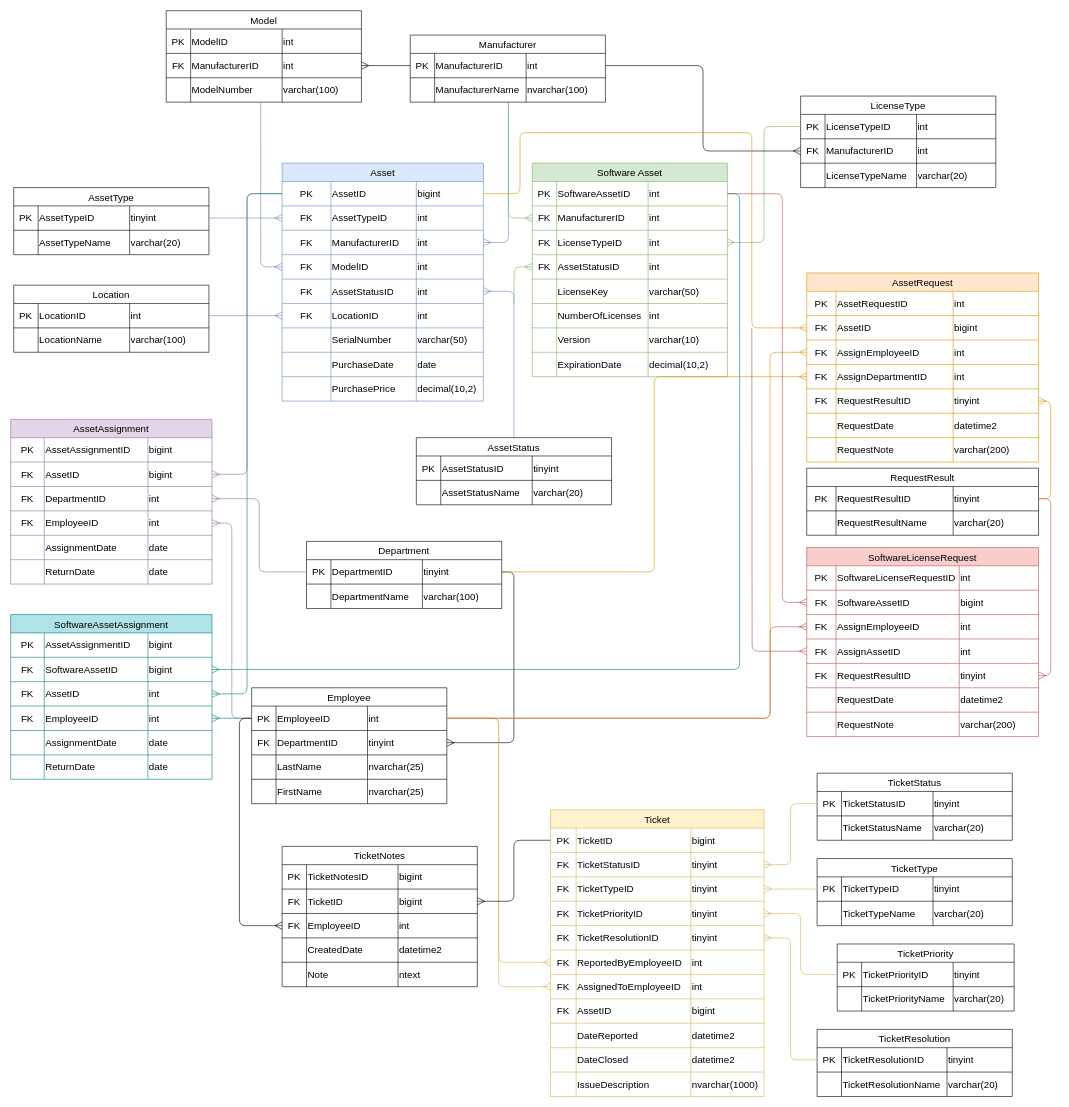
The draw.io diagram Wireframes/ERD.drawio in TRed91/ITAssetTracking, before the edit. Source tidied: cells renumbered, new cells numbered last; positions are measured from the earlier drawing's top-left corner, leaving out a move shared by most shapes. Both pictures are drawn from the tidied source at 61%, with x=0, y=0 at pixel (10, 10).
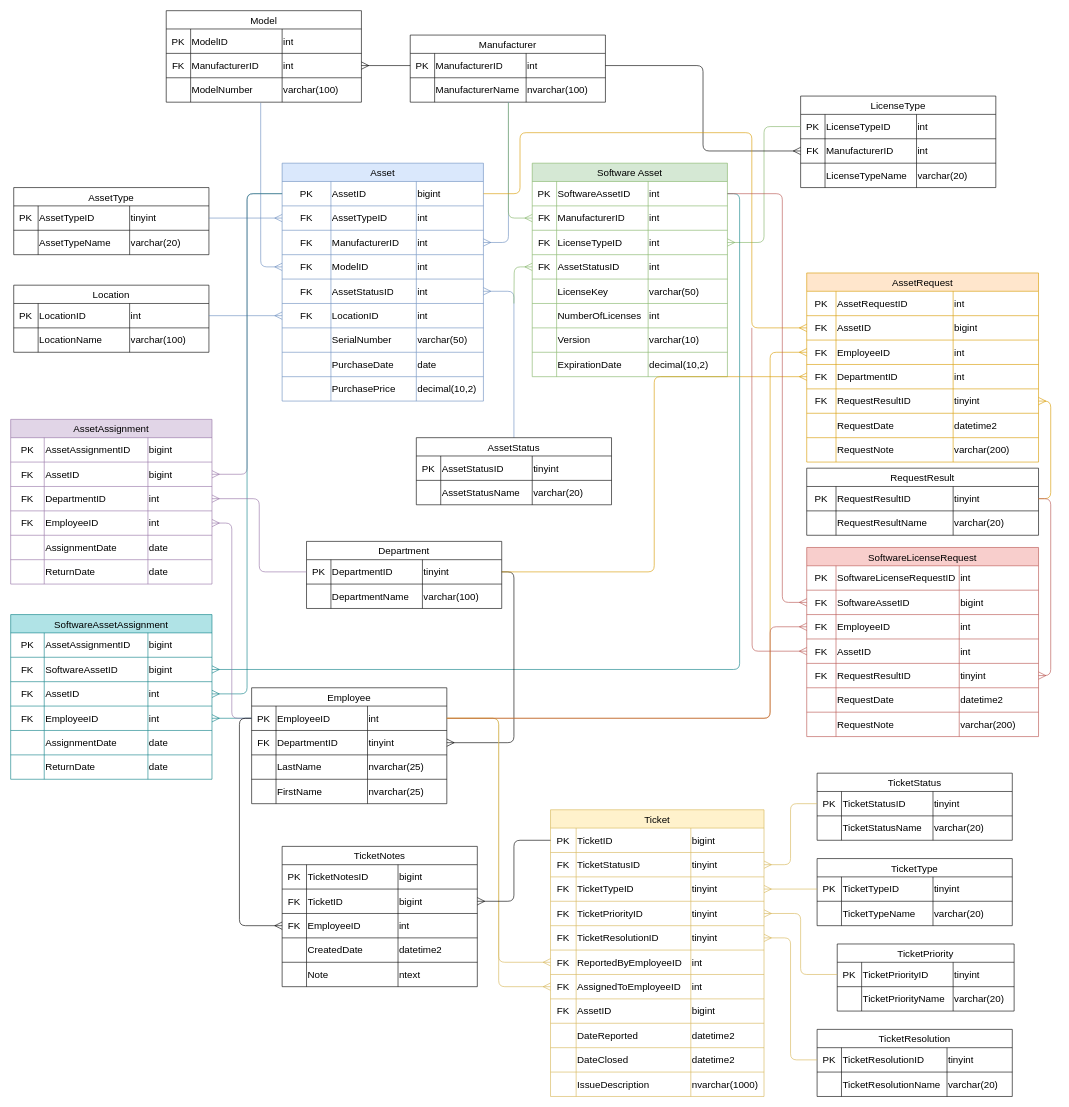
The same diagram, later.

Unchanged cells that the change refers to:
```xml
<mxCell id="346" style="shape=tableRow;horizontal=0;startSize=0;swimlaneHead=0;swimlaneBody=0;strokeColor=inherit;top=0;left=0;bottom=0;right=0;fillColor=none;points=[[0,0.5],[1,0.5]];portConstraint=eastwest;fontSize=16;" parent="337" vertex="1">
  <mxGeometry y="110" width="380" height="40" as="geometry" />
</mxCell>
<mxCell id="350" style="shape=tableRow;horizontal=0;startSize=0;swimlaneHead=0;swimlaneBody=0;strokeColor=inherit;top=0;left=0;bottom=0;right=0;fillColor=none;points=[[0,0.5],[1,0.5]];portConstraint=eastwest;fontSize=16;" parent="337" vertex="1">
  <mxGeometry y="150" width="380" height="40" as="geometry" />
</mxCell>
<mxCell id="385" style="shape=tableRow;horizontal=0;startSize=0;swimlaneHead=0;swimlaneBody=0;strokeColor=inherit;top=0;left=0;bottom=0;right=0;fillColor=none;points=[[0,0.5],[1,0.5]];portConstraint=eastwest;fontSize=16;" parent="376" vertex="1">
  <mxGeometry y="110" width="380" height="40" as="geometry" />
</mxCell>
<mxCell id="389" style="shape=tableRow;horizontal=0;startSize=0;swimlaneHead=0;swimlaneBody=0;strokeColor=inherit;top=0;left=0;bottom=0;right=0;fillColor=none;points=[[0,0.5],[1,0.5]];portConstraint=eastwest;fontSize=16;" parent="376" vertex="1">
  <mxGeometry y="150" width="380" height="40" as="geometry" />
</mxCell>
```

Diff of the diagram source:
```diff
@@
-    <mxCell id="348" value="AssignEmployeeID" style="shape=partialRectangle;html=1;whiteSpace=wrap;strokeColor=inherit;overflow=hidden;fillColor=none;top=0;left=0;bottom=0;right=0;fontSize=16;align=left;" parent="346" vertex="1">
+    <mxCell id="348" value="EmployeeID" style="shape=partialRectangle;html=1;whiteSpace=wrap;strokeColor=inherit;overflow=hidden;fillColor=none;top=0;left=0;bottom=0;right=0;fontSize=16;align=left;" parent="346" vertex="1">
       <mxGeometry x="48" width="192" height="40" as="geometry" />
     </mxCell>
@@
-    <mxCell id="352" value="AssignDepartmentID" style="shape=partialRectangle;html=1;whiteSpace=wrap;strokeColor=inherit;overflow=hidden;fillColor=none;top=0;left=0;bottom=0;right=0;fontSize=16;align=left;" parent="350" vertex="1">
+    <mxCell id="352" value="DepartmentID" style="shape=partialRectangle;html=1;whiteSpace=wrap;strokeColor=inherit;overflow=hidden;fillColor=none;top=0;left=0;bottom=0;right=0;fontSize=16;align=left;" parent="350" vertex="1">
       <mxGeometry x="48" width="192" height="40" as="geometry" />
     </mxCell>
@@
-    <mxCell id="387" value="AssignEmployeeID" style="shape=partialRectangle;html=1;whiteSpace=wrap;strokeColor=inherit;overflow=hidden;fillColor=none;top=0;left=0;bottom=0;right=0;fontSize=16;align=left;" parent="385" vertex="1">
+    <mxCell id="387" value="EmployeeID" style="shape=partialRectangle;html=1;whiteSpace=wrap;strokeColor=inherit;overflow=hidden;fillColor=none;top=0;left=0;bottom=0;right=0;fontSize=16;align=left;" parent="385" vertex="1">
       <mxGeometry x="48" width="202" height="40" as="geometry" />
     </mxCell>
@@
-    <mxCell id="391" value="AssignAssetID" style="shape=partialRectangle;html=1;whiteSpace=wrap;strokeColor=inherit;overflow=hidden;fillColor=none;top=0;left=0;bottom=0;right=0;fontSize=16;align=left;" parent="389" vertex="1">
+    <mxCell id="391" value="AssetID" style="shape=partialRectangle;html=1;whiteSpace=wrap;strokeColor=inherit;overflow=hidden;fillColor=none;top=0;left=0;bottom=0;right=0;fontSize=16;align=left;" parent="389" vertex="1">
       <mxGeometry x="48" width="202" height="40" as="geometry" />
     </mxCell>
```
